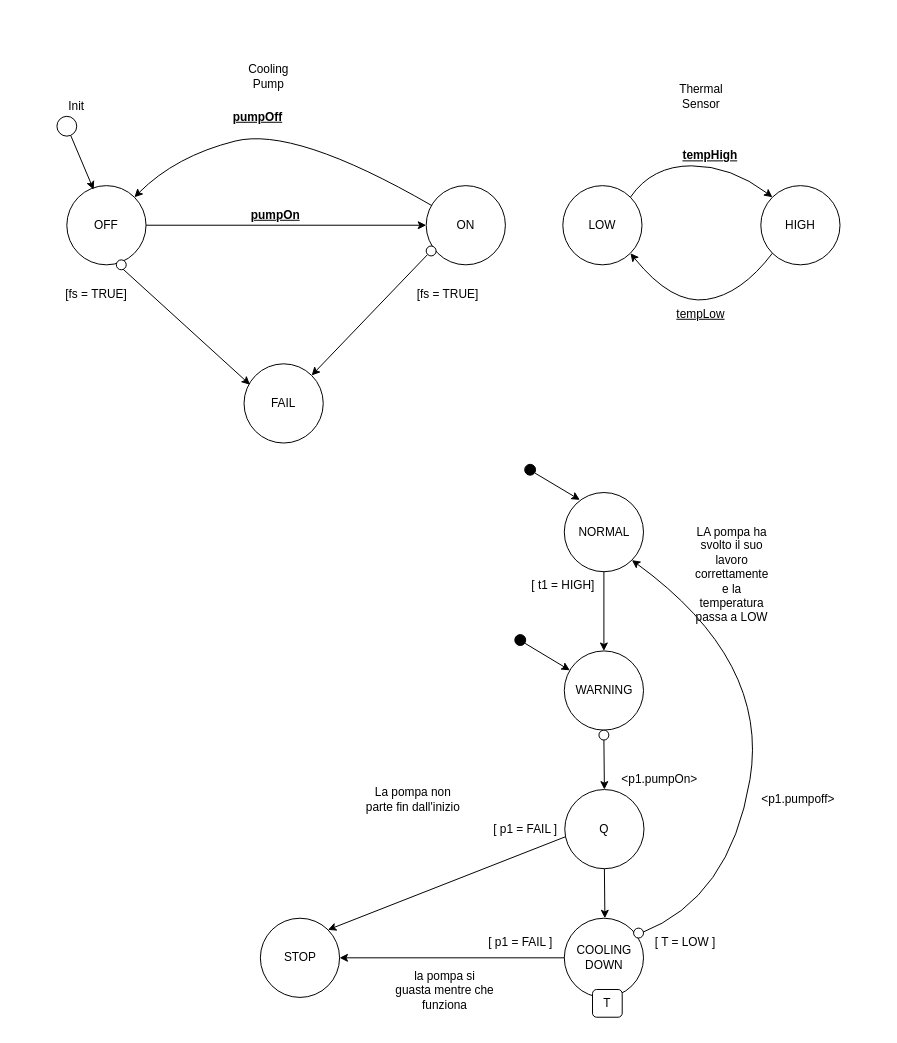
This is Relazione/Relazione Pazzi/29_05_19.drawio from fabriziodiblasi/Bot_IoT, a draw.io file, before an edit. Source tidied: cells renumbered, new cells numbered last; positions are measured from the earlier drawing's top-left corner, leaving out a move shared by most shapes. Both pictures are drawn from the tidied source at 99%, with x=0, y=0 at pixel (56, 66).
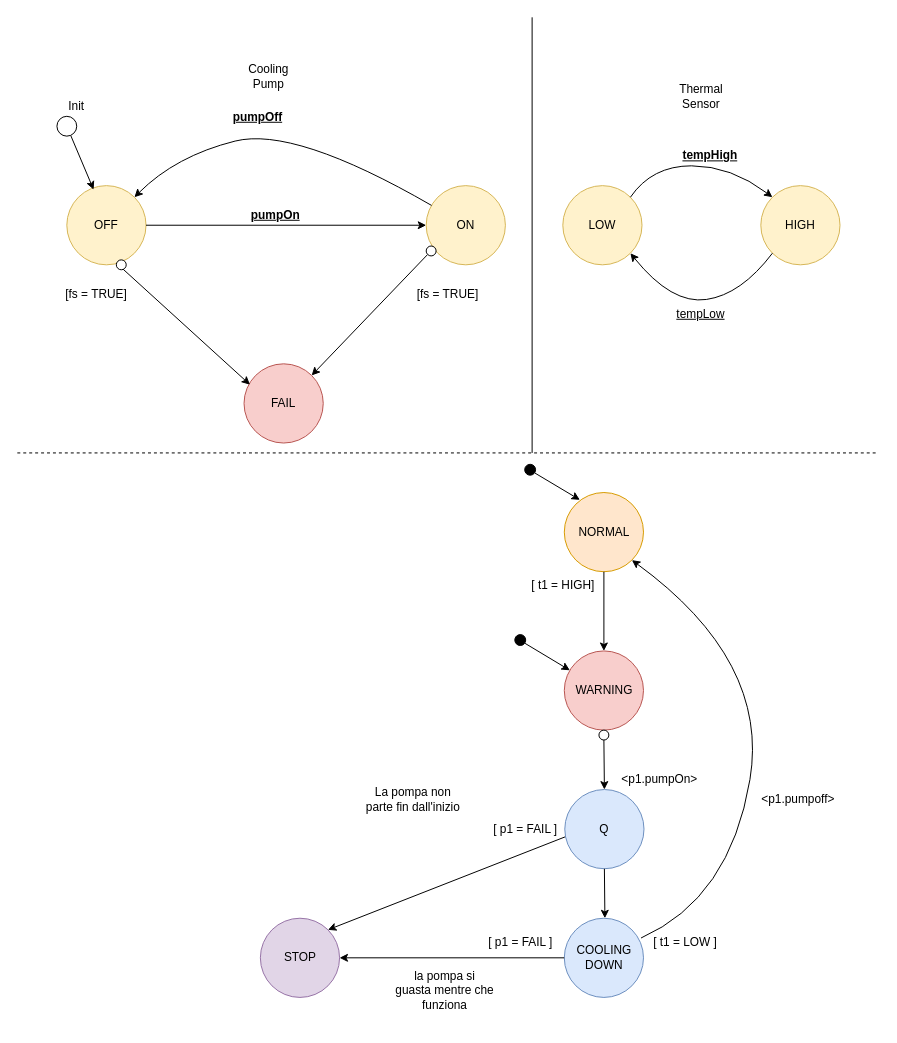
The same diagram, later.

Change to the diagram source:
```diff
@@
-    <mxCell id="2" value="OFF" style="ellipse;whiteSpace=wrap;html=1;" parent="1" vertex="1">
+    <mxCell id="2" value="OFF" style="ellipse;whiteSpace=wrap;html=1;fillColor=#fff2cc;strokeColor=#d6b656;" parent="1" vertex="1">
       <mxGeometry x="10" y="120" width="80" height="80" as="geometry" />
     </mxCell>
@@
-    <mxCell id="4" value="LOW" style="ellipse;whiteSpace=wrap;html=1;" parent="1" vertex="1">
+    <mxCell id="4" value="LOW" style="ellipse;whiteSpace=wrap;html=1;fillColor=#fff2cc;strokeColor=#d6b656;" parent="1" vertex="1">
       <mxGeometry x="511" y="120" width="80" height="80" as="geometry" />
     </mxCell>
-    <mxCell id="5" value="HIGH" style="ellipse;whiteSpace=wrap;html=1;" parent="1" vertex="1">
+    <mxCell id="5" value="HIGH" style="ellipse;whiteSpace=wrap;html=1;fillColor=#fff2cc;strokeColor=#d6b656;" parent="1" vertex="1">
       <mxGeometry x="711" y="120" width="80" height="80" as="geometry" />
     </mxCell>
@@
-    <mxCell id="9" value="NORMAL" style="ellipse;whiteSpace=wrap;html=1;fillColor=#ffffff;" parent="1" vertex="1">
+    <mxCell id="9" value="NORMAL" style="ellipse;whiteSpace=wrap;html=1;fillColor=#ffe6cc;strokeColor=#d79b00;" parent="1" vertex="1">
       <mxGeometry x="512.5" y="430" width="80" height="80" as="geometry" />
     </mxCell>
-    <mxCell id="10" value="WARNING" style="ellipse;whiteSpace=wrap;html=1;fillColor=#ffffff;" parent="1" vertex="1">
+    <mxCell id="10" value="WARNING" style="ellipse;whiteSpace=wrap;html=1;fillColor=#f8cecc;strokeColor=#b85450;" parent="1" vertex="1">
       <mxGeometry x="512.5" y="590" width="80" height="80" as="geometry" />
     </mxCell>
-    <mxCell id="11" value="STOP" style="ellipse;whiteSpace=wrap;html=1;fillColor=#ffffff;" parent="1" vertex="1">
+    <mxCell id="11" value="STOP" style="ellipse;whiteSpace=wrap;html=1;fillColor=#e1d5e7;strokeColor=#9673a6;" parent="1" vertex="1">
       <mxGeometry x="205.5" y="860" width="80" height="80" as="geometry" />
     </mxCell>
-    <mxCell id="12" value="COOLING&lt;br&gt;DOWN&lt;br&gt;" style="ellipse;whiteSpace=wrap;html=1;fillColor=#ffffff;" parent="1" vertex="1">
+    <mxCell id="12" value="COOLING&lt;br&gt;DOWN&lt;br&gt;" style="ellipse;whiteSpace=wrap;html=1;fillColor=#dae8fc;strokeColor=#6c8ebf;" parent="1" vertex="1">
       <mxGeometry x="512.5" y="860" width="80" height="80" as="geometry" />
     </mxCell>
@@
-    <mxCell id="14" value="ON&lt;br&gt;" style="ellipse;whiteSpace=wrap;html=1;" parent="1" vertex="1">
+    <mxCell id="14" value="ON&lt;br&gt;" style="ellipse;whiteSpace=wrap;html=1;fillColor=#fff2cc;strokeColor=#d6b656;" parent="1" vertex="1">
       <mxGeometry x="373" y="120" width="80" height="80" as="geometry" />
     </mxCell>
-    <mxCell id="15" value="FAIL&lt;br&gt;" style="ellipse;whiteSpace=wrap;html=1;" parent="1" vertex="1">
+    <mxCell id="15" value="FAIL&lt;br&gt;" style="ellipse;whiteSpace=wrap;html=1;fillColor=#f8cecc;strokeColor=#b85450;" parent="1" vertex="1">
       <mxGeometry x="189" y="300" width="80" height="80" as="geometry" />
     </mxCell>
@@
     <mxCell id="26" style="curved=1;endArrow=classic;html=1;entryX=1;entryY=1;entryDx=0;entryDy=0;" parent="1" edge="1" target="9">
       <mxGeometry relative="1" as="geometry">
-        <mxPoint x="590" y="875" as="sourcePoint" />
+        <mxPoint x="590" y="880" as="sourcePoint" />
         <Array as="points">
           <mxPoint x="680" y="840" />
           <mxPoint x="720" y="600" />
         </Array>
       </mxGeometry>
     </mxCell>
-    <mxCell id="27" value="LA pompa ha svolto il suo lavoro correttamente&lt;br&gt;e la temperatura passa a LOW&lt;br&gt;&lt;br&gt;" style="text;html=1;strokeColor=none;fillColor=none;align=center;verticalAlign=middle;whiteSpace=wrap;rounded=0;direction=south;" parent="1" vertex="1">
-      <mxGeometry x="662" y="469" width="40" height="102" as="geometry" />
-    </mxCell>
@@
-    <mxCell id="37" style="ellipse;whiteSpace=wrap;html=1;" parent="1" vertex="1">
-      <mxGeometry x="582.5" y="870" width="10" height="10" as="geometry" />
-    </mxCell>
-    <mxCell id="38" value="[ T = LOW ]&lt;br&gt;" style="text;html=1;strokeColor=none;fillColor=none;align=center;verticalAlign=middle;whiteSpace=wrap;rounded=0;" parent="1" vertex="1">
+    <mxCell id="38" value="[ t1 = LOW ]&lt;br&gt;" style="text;html=1;strokeColor=none;fillColor=none;align=center;verticalAlign=middle;whiteSpace=wrap;rounded=0;" parent="1" vertex="1">
       <mxGeometry x="600" y="875" width="70" height="20" as="geometry" />
     </mxCell>
-    <mxCell id="39" value="T" style="rounded=1;whiteSpace=wrap;html=1;fillColor=#ffffff;" parent="1" vertex="1">
-      <mxGeometry x="541" y="932" width="30" height="28" as="geometry" />
-    </mxCell>
@@
-    <mxCell id="46" value="Q" style="ellipse;whiteSpace=wrap;html=1;" parent="1" vertex="1">
+    <mxCell id="46" value="Q" style="ellipse;whiteSpace=wrap;html=1;fillColor=#dae8fc;strokeColor=#6c8ebf;" parent="1" vertex="1">
       <mxGeometry x="513" y="730" width="80" height="80" as="geometry" />
     </mxCell>
@@
+    <mxCell id="53" style="endArrow=none;dashed=1;html=1;" parent="1" edge="1">
+      <mxGeometry relative="1" as="geometry">
+        <mxPoint x="-40" y="390" as="sourcePoint" />
+        <mxPoint x="830" y="390" as="targetPoint" />
+      </mxGeometry>
+    </mxCell>
+    <mxCell id="54" style="endArrow=none;html=1;" parent="1" edge="1">
+      <mxGeometry relative="1" as="geometry">
+        <mxPoint x="480" y="390" as="sourcePoint" />
+        <mxPoint x="480" y="-50" as="targetPoint" />
+      </mxGeometry>
+    </mxCell>
```
